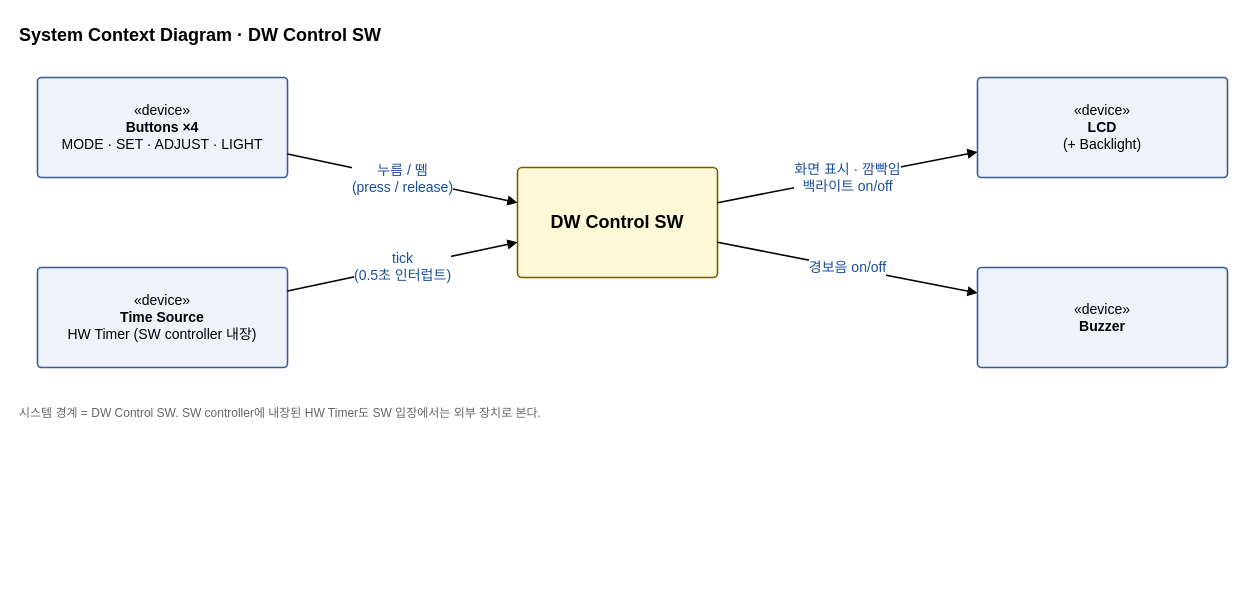
Earlier version of the draw.io diagram docs/OOAD/practice/context/DigitalWatch_SystemContext.drawio (sspring2048/AssoArch). Source tidied: cells renumbered, new cells numbered last; positions are measured from the earlier drawing's top-left corner, leaving out a move shared by most shapes. Both pictures are drawn from the tidied source at 100%, with x=0, y=0 at pixel (17, 17).
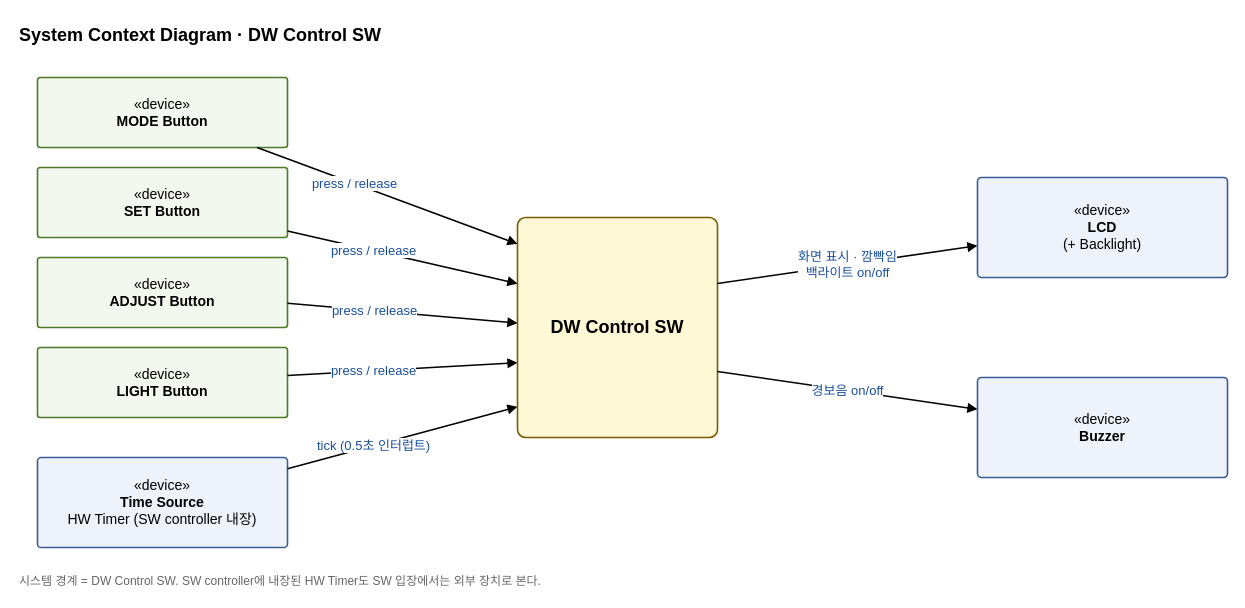
The same page after the edit.

Commit message (it also covers changes not shown here):
Split buttons into MODE/SET/ADJUST/LIGHT in system context diagram

The edit, as a diff of the source:
```diff
@@
 <mxGraphModel>
   <root>
     <mxCell id="0" />
     <mxCell id="1" parent="0" />
     <mxCell id="2" value="System Context Diagram · DW Control SW" style="text;fontSize=18;fontStyle=1;align=left;" parent="1" vertex="1">
       <mxGeometry width="520" height="30" as="geometry" />
     </mxCell>
-    <mxCell id="3" value="«device»&lt;br&gt;&lt;b&gt;Buttons ×4&lt;/b&gt;&lt;br&gt;MODE · SET · ADJUST · LIGHT" style="rounded=1;arcSize=4;whiteSpace=wrap;html=1;fillColor=#eef2fa;strokeColor=#3b5b92;strokeWidth=1.6;fontSize=14;" parent="1" vertex="1">
-      <mxGeometry x="20" y="60" width="250" height="100" as="geometry" />
-    </mxCell>
+    <mxCell id="13" value="«device»&lt;br&gt;&lt;b&gt;MODE Button&lt;/b&gt;" style="rounded=1;arcSize=4;whiteSpace=wrap;html=1;fillColor=#f3f8ee;strokeColor=#4d7a2a;strokeWidth=1.6;fontSize=14;" parent="1" vertex="1">
+      <mxGeometry x="20" y="60" width="250" height="70" as="geometry" />
+    </mxCell>
+    <mxCell id="14" value="«device»&lt;br&gt;&lt;b&gt;SET Button&lt;/b&gt;" style="rounded=1;arcSize=4;whiteSpace=wrap;html=1;fillColor=#f3f8ee;strokeColor=#4d7a2a;strokeWidth=1.6;fontSize=14;" parent="1" vertex="1">
+      <mxGeometry x="20" y="150" width="250" height="70" as="geometry" />
+    </mxCell>
+    <mxCell id="15" value="«device»&lt;br&gt;&lt;b&gt;ADJUST Button&lt;/b&gt;" style="rounded=1;arcSize=4;whiteSpace=wrap;html=1;fillColor=#f3f8ee;strokeColor=#4d7a2a;strokeWidth=1.6;fontSize=14;" parent="1" vertex="1">
+      <mxGeometry x="20" y="240" width="250" height="70" as="geometry" />
+    </mxCell>
+    <mxCell id="16" value="«device»&lt;br&gt;&lt;b&gt;LIGHT Button&lt;/b&gt;" style="rounded=1;arcSize=4;whiteSpace=wrap;html=1;fillColor=#f3f8ee;strokeColor=#4d7a2a;strokeWidth=1.6;fontSize=14;" parent="1" vertex="1">
+      <mxGeometry x="20" y="330" width="250" height="70" as="geometry" />
+    </mxCell>
     <mxCell id="4" value="«device»&lt;br&gt;&lt;b&gt;Time Source&lt;/b&gt;&lt;br&gt;HW Timer (SW controller 내장)" style="rounded=1;arcSize=4;whiteSpace=wrap;html=1;fillColor=#eef2fa;strokeColor=#3b5b92;strokeWidth=1.6;fontSize=14;" parent="1" vertex="1">
-      <mxGeometry x="20" y="250" width="250" height="100" as="geometry" />
+      <mxGeometry x="20" y="440" width="250" height="90" as="geometry" />
     </mxCell>
     <mxCell id="5" value="&lt;b&gt;DW Control SW&lt;/b&gt;" style="rounded=1;arcSize=4;whiteSpace=wrap;html=1;fillColor=#fff8d6;strokeColor=#7a5c00;strokeWidth=1.6;fontSize=18;" parent="1" vertex="1">
-      <mxGeometry x="500" y="150" width="200" height="110" as="geometry" />
+      <mxGeometry x="500" y="200" width="200" height="220" as="geometry" />
     </mxCell>
     <mxCell id="6" value="«device»&lt;br&gt;&lt;b&gt;LCD&lt;/b&gt;&lt;br&gt;(+ Backlight)" style="rounded=1;arcSize=4;whiteSpace=wrap;html=1;fillColor=#eef2fa;strokeColor=#3b5b92;strokeWidth=1.6;fontSize=14;" parent="1" vertex="1">
-      <mxGeometry x="960" y="60" width="250" height="100" as="geometry" />
+      <mxGeometry x="960" y="160" width="250" height="100" as="geometry" />
     </mxCell>
     <mxCell id="7" value="«device»&lt;br&gt;&lt;b&gt;Buzzer&lt;/b&gt;" style="rounded=1;arcSize=4;whiteSpace=wrap;html=1;fillColor=#eef2fa;strokeColor=#3b5b92;strokeWidth=1.6;fontSize=14;" parent="1" vertex="1">
-      <mxGeometry x="960" y="250" width="250" height="100" as="geometry" />
+      <mxGeometry x="960" y="360" width="250" height="100" as="geometry" />
     </mxCell>
-    <mxCell id="8" value="누름 / 뗌&lt;br&gt;(press / release)" style="endArrow=block;endFill=1;html=1;strokeWidth=1.6;fontSize=14;fontColor=#1a4f9c;labelBackgroundColor=#ffffff;entryX=0;entryY=0.32;" parent="1" edge="1" source="3" target="5">
-      <mxGeometry relative="1" as="geometry" />
+    <mxCell id="8" value="press / release" style="endArrow=block;endFill=1;html=1;strokeWidth=1.6;fontSize=13;fontColor=#1a4f9c;labelBackgroundColor=#ffffff;entryX=0;entryY=0.12;" parent="1" edge="1" source="13" target="5">
+      <mxGeometry x="-0.25" relative="1" as="geometry" />
     </mxCell>
-    <mxCell id="9" value="tick&lt;br&gt;(0.5초 인터럽트)" style="endArrow=block;endFill=1;html=1;strokeWidth=1.6;fontSize=14;fontColor=#1a4f9c;labelBackgroundColor=#ffffff;entryX=0;entryY=0.68;" parent="1" edge="1" source="4" target="5">
-      <mxGeometry relative="1" as="geometry" />
+    <mxCell id="9" value="press / release" style="endArrow=block;endFill=1;html=1;strokeWidth=1.6;fontSize=13;fontColor=#1a4f9c;labelBackgroundColor=#ffffff;entryX=0;entryY=0.3;" parent="1" edge="1" source="14" target="5">
+      <mxGeometry x="-0.25" relative="1" as="geometry" />
     </mxCell>
-    <mxCell id="10" value="화면 표시 · 깜빡임&lt;br&gt;백라이트 on/off" style="endArrow=block;endFill=1;html=1;strokeWidth=1.6;fontSize=14;fontColor=#1a4f9c;labelBackgroundColor=#ffffff;exitX=1;exitY=0.32;" parent="1" edge="1" source="5" target="6">
-      <mxGeometry relative="1" as="geometry" />
+    <mxCell id="10" value="press / release" style="endArrow=block;endFill=1;html=1;strokeWidth=1.6;fontSize=13;fontColor=#1a4f9c;labelBackgroundColor=#ffffff;entryX=0;entryY=0.48;" parent="1" edge="1" source="15" target="5">
+      <mxGeometry x="-0.25" relative="1" as="geometry" />
     </mxCell>
-    <mxCell id="11" value="경보음 on/off" style="endArrow=block;endFill=1;html=1;strokeWidth=1.6;fontSize=14;fontColor=#1a4f9c;labelBackgroundColor=#ffffff;exitX=1;exitY=0.68;" parent="1" edge="1" source="5" target="7">
-      <mxGeometry relative="1" as="geometry" />
+    <mxCell id="11" value="press / release" style="endArrow=block;endFill=1;html=1;strokeWidth=1.6;fontSize=13;fontColor=#1a4f9c;labelBackgroundColor=#ffffff;entryX=0;entryY=0.66;" parent="1" edge="1" source="16" target="5">
+      <mxGeometry x="-0.25" relative="1" as="geometry" />
     </mxCell>
+    <mxCell id="17" value="tick (0.5초 인터럽트)" style="endArrow=block;endFill=1;html=1;strokeWidth=1.6;fontSize=13;fontColor=#1a4f9c;labelBackgroundColor=#ffffff;entryX=0;entryY=0.86;" parent="1" edge="1" source="4" target="5">
+      <mxGeometry x="-0.25" relative="1" as="geometry" />
+    </mxCell>
+    <mxCell id="18" value="화면 표시 · 깜빡임&lt;br&gt;백라이트 on/off" style="endArrow=block;endFill=1;html=1;strokeWidth=1.6;fontSize=13;fontColor=#1a4f9c;labelBackgroundColor=#ffffff;exitX=1;exitY=0.3;" parent="1" edge="1" source="5" target="6">
+      <mxGeometry relative="1" as="geometry" />
+    </mxCell>
+    <mxCell id="19" value="경보음 on/off" style="endArrow=block;endFill=1;html=1;strokeWidth=1.6;fontSize=13;fontColor=#1a4f9c;labelBackgroundColor=#ffffff;exitX=1;exitY=0.7;" parent="1" edge="1" source="5" target="7">
+      <mxGeometry relative="1" as="geometry" />
+    </mxCell>
     <mxCell id="12" value="시스템 경계 = DW Control SW. SW controller에 내장된 HW Timer도 SW 입장에서는 외부 장치로 본다." style="text;fontSize=12;fontColor=#666666;align=left;" parent="1" vertex="1">
-      <mxGeometry y="382" width="800" height="24" as="geometry" />
+      <mxGeometry y="550" width="800" height="24" as="geometry" />
     </mxCell>
   </root>
 </mxGraphModel>
```
